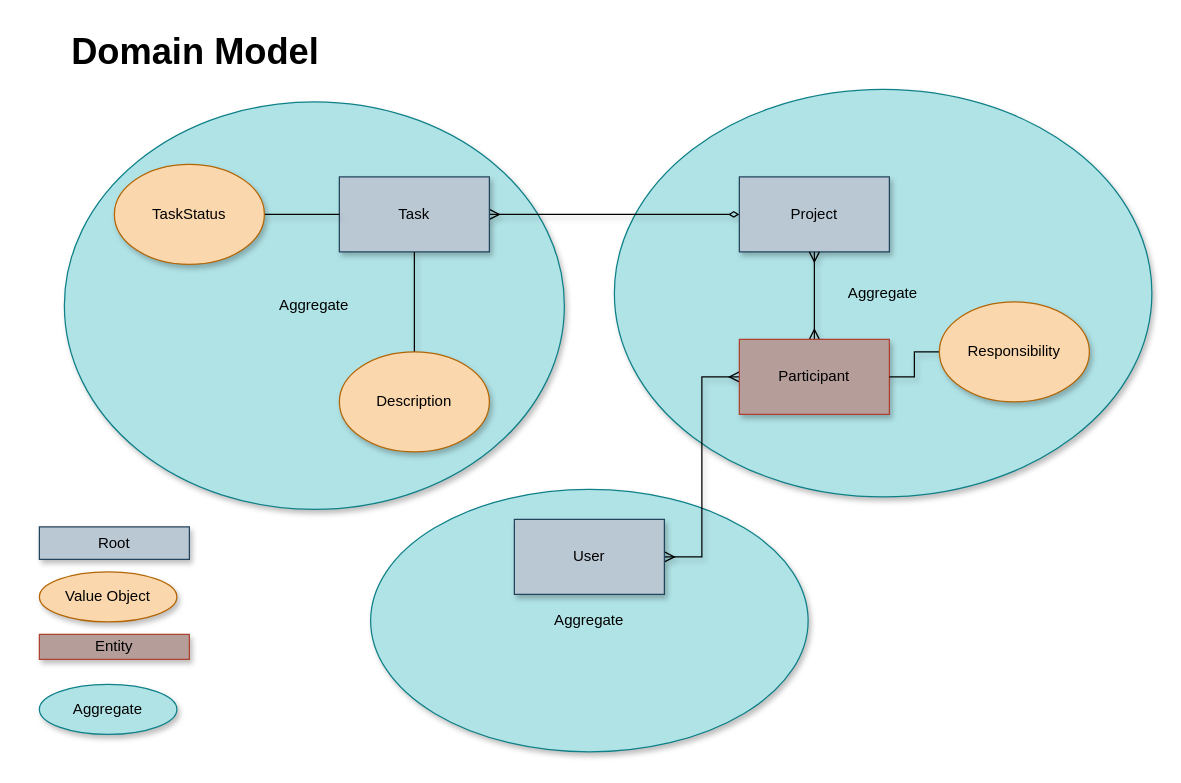
Above: page "Domínio por Entidade" (11 of 12) of docs/TodoAgility.drawio in roadtoagility/appfabric (draw.io), before the change. Source tidied: cells renumbered, new cells numbered last; positions are measured from the earlier drawing's top-left corner, leaving out a move shared by most shapes. Both pictures are drawn from the tidied source at 125%, with x=0, y=0 at pixel (26, 26).
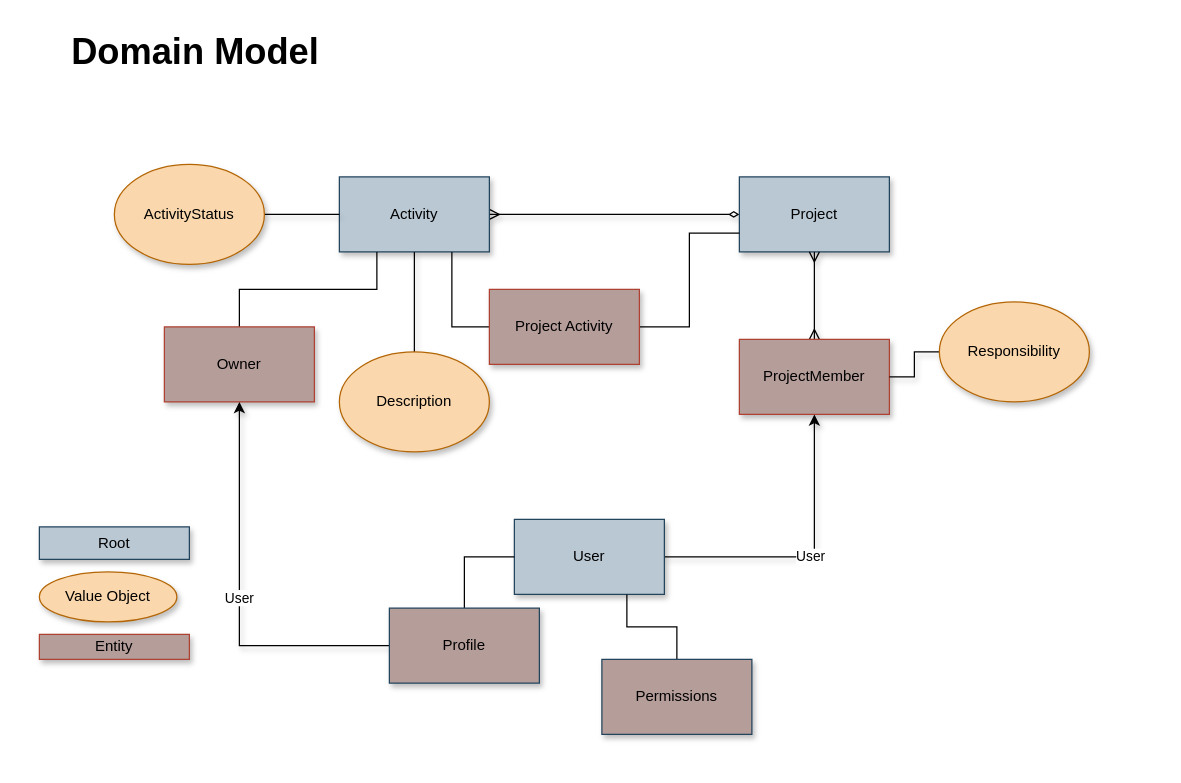
After the change.

The change refers to these unchanged cells:
```xml
<mxCell id="7" value="Project" style="rounded=0;whiteSpace=wrap;html=1;fillColor=#bac8d3;strokeColor=#23445d;shadow=1;sketch=0;" parent="1" vertex="1">
  <mxGeometry x="570" y="120" width="120" height="60" as="geometry" />
</mxCell>
<mxCell id="13" value="User" style="rounded=0;whiteSpace=wrap;html=1;fillColor=#bac8d3;strokeColor=#23445d;shadow=1;sketch=0;" parent="1" vertex="1">
  <mxGeometry x="390" y="394" width="120" height="60" as="geometry" />
</mxCell>
```

Diff of the diagram source:
```diff
@@
-    <mxCell id="2" value="Aggregate" style="ellipse;whiteSpace=wrap;html=1;fillColor=#b0e3e6;strokeColor=#0e8088;shadow=1;sketch=0;" parent="1" vertex="1">
-      <mxGeometry x="275" y="370" width="350" height="210" as="geometry" />
-    </mxCell>
-    <mxCell id="3" value="Aggregate" style="ellipse;whiteSpace=wrap;html=1;fillColor=#b0e3e6;strokeColor=#0e8088;shadow=1;sketch=0;" parent="1" vertex="1">
-      <mxGeometry x="470" y="50" width="430" height="326" as="geometry" />
-    </mxCell>
-    <mxCell id="4" value="Aggregate" style="ellipse;whiteSpace=wrap;html=1;fillColor=#b0e3e6;strokeColor=#0e8088;shadow=1;sketch=0;" parent="1" vertex="1">
-      <mxGeometry x="30" y="60" width="400" height="326" as="geometry" />
-    </mxCell>
@@
-    <mxCell id="6" value="Task" style="rounded=0;whiteSpace=wrap;html=1;fillColor=#bac8d3;strokeColor=#23445d;shadow=1;sketch=0;" parent="1" vertex="1">
+    <mxCell id="6" value="Activity" style="rounded=0;whiteSpace=wrap;html=1;fillColor=#bac8d3;strokeColor=#23445d;shadow=1;sketch=0;" parent="1" vertex="1">
       <mxGeometry x="250" y="120" width="120" height="60" as="geometry" />
     </mxCell>
@@
-    <mxCell id="9" value="TaskStatus" style="ellipse;whiteSpace=wrap;html=1;fillColor=#fad7ac;strokeColor=#b46504;shadow=1;sketch=0;" parent="1" vertex="1">
+    <mxCell id="9" value="ActivityStatus" style="ellipse;whiteSpace=wrap;html=1;fillColor=#fad7ac;strokeColor=#b46504;shadow=1;sketch=0;" parent="1" vertex="1">
       <mxGeometry x="70" y="110" width="120" height="80" as="geometry" />
     </mxCell>
@@
-    <mxCell id="12" style="edgeStyle=orthogonalEdgeStyle;rounded=0;sketch=0;jettySize=auto;html=1;entryX=0;entryY=0.5;entryDx=0;entryDy=0;shadow=1;startArrow=ERmany;startFill=0;endArrow=ERmany;endFill=0;" parent="1" edge="1" source="13" target="15">
+    <mxCell id="12" value="User" style="edgeStyle=orthogonalEdgeStyle;rounded=0;sketch=0;jettySize=auto;html=1;shadow=1;startArrow=none;startFill=0;endArrow=classic;endFill=1;exitX=1;exitY=0.5;exitDx=0;exitDy=0;entryX=0.5;entryY=1;entryDx=0;entryDy=0;" parent="1" edge="1" source="13" target="15">
       <mxGeometry relative="1" as="geometry" />
     </mxCell>
@@
-    <mxCell id="15" value="Participant" style="rounded=0;whiteSpace=wrap;html=1;strokeColor=#ae4132;shadow=1;sketch=0;fillColor=#B59D9A;" parent="1" vertex="1">
+    <mxCell id="15" value="ProjectMember" style="rounded=0;whiteSpace=wrap;html=1;strokeColor=#ae4132;shadow=1;sketch=0;fillColor=#B59D9A;" parent="1" vertex="1">
       <mxGeometry x="570" y="250" width="120" height="60" as="geometry" />
     </mxCell>
@@
-    <mxCell id="21" value="Aggregate" style="ellipse;whiteSpace=wrap;html=1;fillColor=#b0e3e6;strokeColor=#0e8088;shadow=1;sketch=0;" parent="1" vertex="1">
-      <mxGeometry x="10" y="526" width="110" height="40" as="geometry" />
-    </mxCell>
@@
+    <mxCell id="23" style="edgeStyle=orthogonalEdgeStyle;rounded=0;jettySize=auto;html=1;entryX=0.25;entryY=1;entryDx=0;entryDy=0;fontColor=#000000;startArrow=none;startFill=0;endArrow=none;endFill=0;" parent="1" edge="1" source="24" target="6">
+      <mxGeometry relative="1" as="geometry">
+        <Array as="points">
+          <mxPoint x="170" y="210" />
+          <mxPoint x="280" y="210" />
+        </Array>
+      </mxGeometry>
+    </mxCell>
+    <mxCell id="24" value="Owner" style="rounded=0;whiteSpace=wrap;html=1;fillColor=#B59D9A;strokeColor=#AE4132;shadow=1;sketch=0;fontColor=#000000;" parent="1" vertex="1">
+      <mxGeometry x="110" y="240" width="120" height="60" as="geometry" />
+    </mxCell>
+    <mxCell id="25" value="User" style="edgeStyle=orthogonalEdgeStyle;rounded=0;sketch=0;jettySize=auto;html=1;shadow=1;startArrow=none;startFill=0;endArrow=classic;endFill=1;exitX=0;exitY=0.5;exitDx=0;exitDy=0;entryX=0.5;entryY=1;entryDx=0;entryDy=0;" parent="1" edge="1" source="29" target="24">
+      <mxGeometry relative="1" as="geometry">
+        <Array as="points">
+          <mxPoint x="170" y="495" />
+        </Array>
+      </mxGeometry>
+    </mxCell>
+    <mxCell id="26" style="edgeStyle=orthogonalEdgeStyle;rounded=0;jettySize=auto;html=1;entryX=0.75;entryY=1;entryDx=0;entryDy=0;fontColor=#000000;startArrow=none;startFill=0;endArrow=none;endFill=0;" parent="1" edge="1" source="27" target="13">
+      <mxGeometry relative="1" as="geometry" />
+    </mxCell>
+    <mxCell id="27" value="Permissions" style="rounded=0;whiteSpace=wrap;html=1;fillColor=#B59D9A;strokeColor=#23445d;shadow=1;sketch=0;" parent="1" vertex="1">
+      <mxGeometry x="460" y="506" width="120" height="60" as="geometry" />
+    </mxCell>
+    <mxCell id="28" style="edgeStyle=orthogonalEdgeStyle;rounded=0;jettySize=auto;html=1;entryX=0;entryY=0.5;entryDx=0;entryDy=0;fontColor=#000000;startArrow=none;startFill=0;endArrow=none;endFill=0;" parent="1" edge="1" source="29" target="13">
+      <mxGeometry relative="1" as="geometry" />
+    </mxCell>
+    <mxCell id="29" value="Profile" style="rounded=0;whiteSpace=wrap;html=1;fillColor=#B59D9A;strokeColor=#23445d;shadow=1;sketch=0;" parent="1" vertex="1">
+      <mxGeometry x="290" y="465" width="120" height="60" as="geometry" />
+    </mxCell>
+    <mxCell id="30" style="edgeStyle=orthogonalEdgeStyle;rounded=0;jettySize=auto;html=1;entryX=0.75;entryY=1;entryDx=0;entryDy=0;fontColor=#000000;startArrow=none;startFill=0;endArrow=none;endFill=0;exitX=0;exitY=0.5;exitDx=0;exitDy=0;" parent="1" edge="1" source="32" target="6">
+      <mxGeometry relative="1" as="geometry" />
+    </mxCell>
+    <mxCell id="31" style="edgeStyle=orthogonalEdgeStyle;rounded=0;jettySize=auto;html=1;entryX=0;entryY=0.75;entryDx=0;entryDy=0;fontColor=#000000;startArrow=none;startFill=0;endArrow=none;endFill=0;" parent="1" edge="1" source="32" target="7">
+      <mxGeometry relative="1" as="geometry" />
+    </mxCell>
+    <mxCell id="32" value="Project Activity" style="rounded=0;whiteSpace=wrap;html=1;fillColor=#B59D9A;strokeColor=#AE4132;shadow=1;sketch=0;fontColor=#000000;" parent="1" vertex="1">
+      <mxGeometry x="370" y="210" width="120" height="60" as="geometry" />
+    </mxCell>
```
